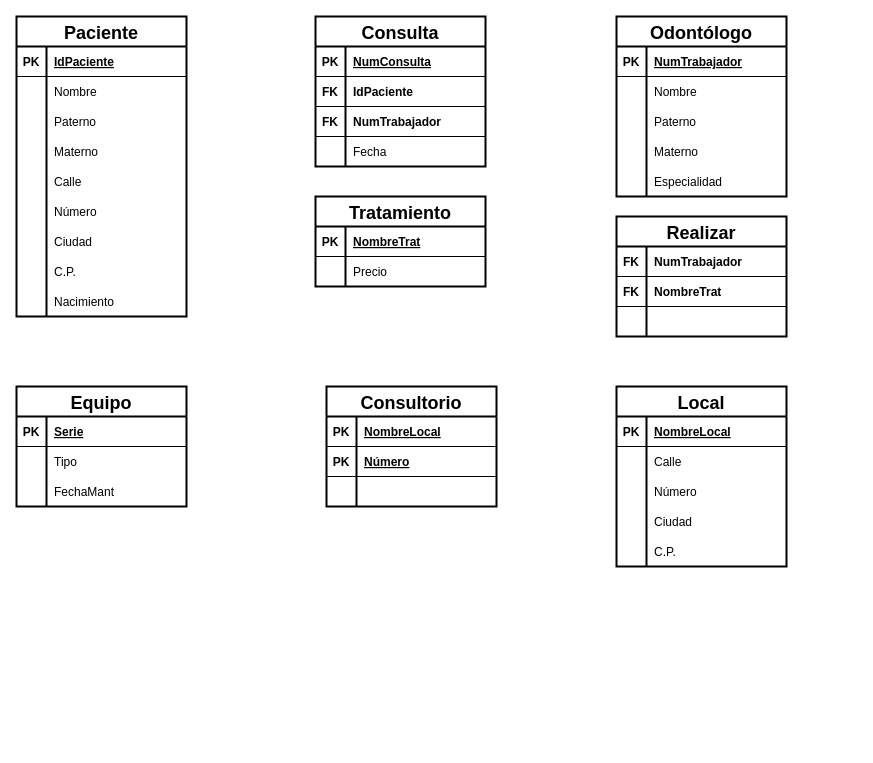
Above: Relacion-Clinica.drawio in DehyroM/EjercicioClinica (draw.io), before the change. Source tidied: cells renumbered, new cells numbered last; positions are measured from the earlier drawing's top-left corner, leaving out a move shared by most shapes. Both pictures are drawn from the tidied source at 100%, with x=0, y=0 at pixel (16, 16).
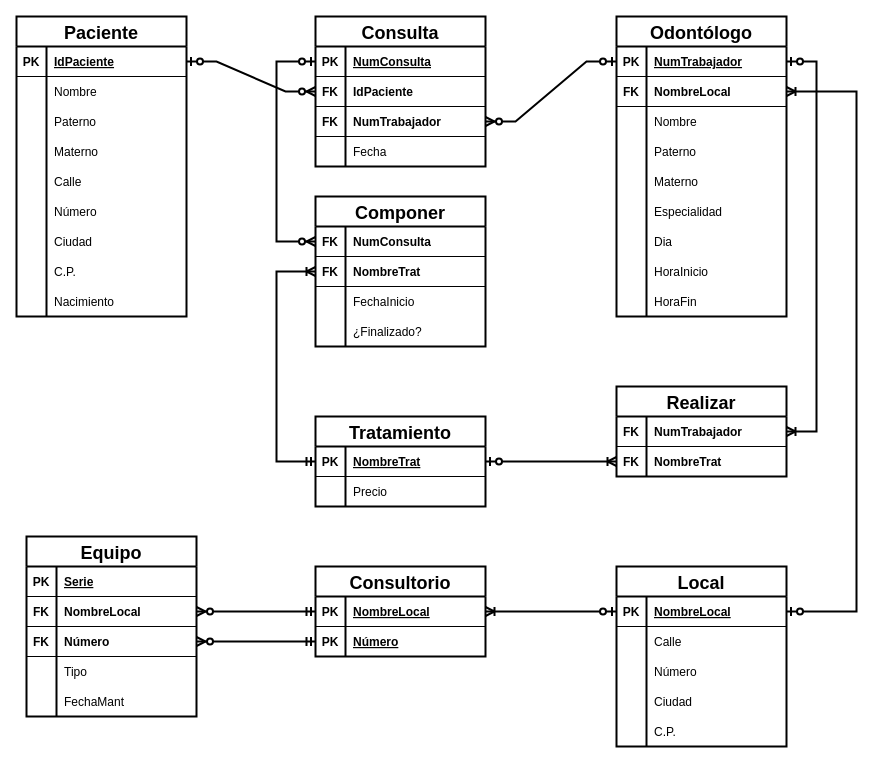
After the change.

Unchanged cells that the change refers to:
```xml
<mxCell id="3" style="shape=tableRow;horizontal=0;startSize=0;swimlaneHead=0;swimlaneBody=0;fillColor=none;points=[[0,0.5],[1,0.5]];portConstraint=eastwest;top=0;left=0;right=0;bottom=1;" parent="2" vertex="1">
  <mxGeometry y="30" width="170" height="30" as="geometry" />
</mxCell>
<mxCell id="30" value="Consulta" style="shape=table;startSize=30;childLayout=tableLayout;rowLines=0;fontStyle=1;align=center;fontSize=18;strokeWidth=2;" parent="1" vertex="1">
  <mxGeometry x="299" width="170" height="150" as="geometry" />
</mxCell>
<mxCell id="31" style="shape=tableRow;horizontal=0;startSize=0;swimlaneHead=0;swimlaneBody=0;fillColor=none;points=[[0,0.5],[1,0.5]];portConstraint=eastwest;top=0;left=0;right=0;bottom=1;" parent="30" vertex="1">
  <mxGeometry y="30" width="170" height="30" as="geometry" />
</mxCell>
<mxCell id="37" style="shape=tableRow;horizontal=0;startSize=0;swimlaneHead=0;swimlaneBody=0;fillColor=none;points=[[0,0.5],[1,0.5]];portConstraint=eastwest;top=0;left=0;right=0;bottom=1;" parent="30" vertex="1">
  <mxGeometry y="90" width="170" height="30" as="geometry" />
</mxCell>
<mxCell id="44" style="shape=tableRow;horizontal=0;startSize=0;swimlaneHead=0;swimlaneBody=0;fillColor=none;points=[[0,0.5],[1,0.5]];portConstraint=eastwest;top=0;left=0;right=0;bottom=1;" parent="43" vertex="1">
  <mxGeometry y="30" width="170" height="30" as="geometry" />
</mxCell>
<mxCell id="60" style="shape=tableRow;horizontal=0;startSize=0;swimlaneHead=0;swimlaneBody=0;fillColor=none;points=[[0,0.5],[1,0.5]];portConstraint=eastwest;top=0;left=0;right=0;bottom=1;" parent="59" vertex="1">
  <mxGeometry y="30" width="170" height="30" as="geometry" />
</mxCell>
<mxCell id="86" style="shape=tableRow;horizontal=0;startSize=0;swimlaneHead=0;swimlaneBody=0;fillColor=none;points=[[0,0.5],[1,0.5]];portConstraint=eastwest;top=0;left=0;right=0;bottom=1;" parent="85" vertex="1">
  <mxGeometry y="30" width="170" height="30" as="geometry" />
</mxCell>
<mxCell id="89" style="shape=tableRow;horizontal=0;startSize=0;swimlaneHead=0;swimlaneBody=0;fillColor=none;points=[[0,0.5],[1,0.5]];portConstraint=eastwest;top=0;left=0;right=0;bottom=1;" parent="85" vertex="1">
  <mxGeometry y="60" width="170" height="30" as="geometry" />
</mxCell>
<mxCell id="96" style="shape=tableRow;horizontal=0;startSize=0;swimlaneHead=0;swimlaneBody=0;fillColor=none;points=[[0,0.5],[1,0.5]];portConstraint=eastwest;top=0;left=0;right=0;bottom=1;" parent="95" vertex="1">
  <mxGeometry y="30" width="170" height="30" as="geometry" />
</mxCell>
<mxCell id="103" style="shape=tableRow;horizontal=0;startSize=0;swimlaneHead=0;swimlaneBody=0;fillColor=none;points=[[0,0.5],[1,0.5]];portConstraint=eastwest;top=0;left=0;right=0;bottom=1;" parent="102" vertex="1">
  <mxGeometry y="30" width="170" height="30" as="geometry" />
</mxCell>
<mxCell id="106" style="shape=tableRow;horizontal=0;startSize=0;swimlaneHead=0;swimlaneBody=0;fillColor=none;points=[[0,0.5],[1,0.5]];portConstraint=eastwest;top=0;left=0;right=0;bottom=1;" parent="102" vertex="1">
  <mxGeometry y="60" width="170" height="30" as="geometry" />
</mxCell>
```

Diff of the diagram source:
```diff
@@
     <mxCell id="43" value="Odontólogo" style="shape=table;startSize=30;childLayout=tableLayout;rowLines=0;fontStyle=1;align=center;fontSize=18;strokeWidth=2;" parent="1" vertex="1">
-      <mxGeometry x="600" width="170" height="180" as="geometry" />
+      <mxGeometry x="600" width="170" height="300" as="geometry" />
     </mxCell>
@@
+    <mxCell id="112" style="shape=tableRow;horizontal=0;startSize=0;swimlaneHead=0;swimlaneBody=0;fillColor=none;points=[[0,0.5],[1,0.5]];portConstraint=eastwest;top=0;left=0;right=0;bottom=1;" parent="43" vertex="1">
+      <mxGeometry y="60" width="170" height="30" as="geometry" />
+    </mxCell>
+    <mxCell id="113" value="FK" style="shape=partialRectangle;fillColor=none;top=0;left=0;bottom=0;right=0;fontStyle=1;overflow=hidden;" parent="112" vertex="1">
+      <mxGeometry width="30" height="30" as="geometry" />
+    </mxCell>
+    <mxCell id="114" value="NombreLocal" style="shape=partialRectangle;fillColor=none;top=0;left=0;bottom=0;right=0;align=left;spacingLeft=6;fontStyle=1;overflow=hidden;" parent="112" vertex="1">
+      <mxGeometry x="30" width="140" height="30" as="geometry" />
+    </mxCell>
     <mxCell id="47" style="shape=tableRow;horizontal=0;startSize=0;swimlaneHead=0;swimlaneBody=0;fillColor=none;top=0;left=0;right=0;bottom=0;" parent="43" vertex="1">
-      <mxGeometry y="60" width="170" height="30" as="geometry" />
+      <mxGeometry y="90" width="170" height="30" as="geometry" />
     </mxCell>
@@
     <mxCell id="50" style="shape=tableRow;horizontal=0;startSize=0;swimlaneHead=0;swimlaneBody=0;fillColor=none;top=0;left=0;right=0;bottom=0;" parent="43" vertex="1">
-      <mxGeometry y="90" width="170" height="30" as="geometry" />
+      <mxGeometry y="120" width="170" height="30" as="geometry" />
     </mxCell>
@@
     <mxCell id="53" style="shape=tableRow;horizontal=0;startSize=0;swimlaneHead=0;swimlaneBody=0;fillColor=none;top=0;left=0;right=0;bottom=0;" parent="43" vertex="1">
-      <mxGeometry y="120" width="170" height="30" as="geometry" />
+      <mxGeometry y="150" width="170" height="30" as="geometry" />
     </mxCell>
@@
     <mxCell id="56" style="shape=tableRow;horizontal=0;startSize=0;swimlaneHead=0;swimlaneBody=0;fillColor=none;top=0;left=0;right=0;bottom=0;" parent="43" vertex="1">
-      <mxGeometry y="150" width="170" height="30" as="geometry" />
+      <mxGeometry y="180" width="170" height="30" as="geometry" />
     </mxCell>
@@
+    <mxCell id="115" style="shape=tableRow;horizontal=0;startSize=0;swimlaneHead=0;swimlaneBody=0;fillColor=none;top=0;left=0;right=0;bottom=0;" parent="43" vertex="1">
+      <mxGeometry y="210" width="170" height="30" as="geometry" />
+    </mxCell>
+    <mxCell id="116" style="shape=partialRectangle;fillColor=none;top=0;left=0;bottom=0;right=0;overflow=hidden;" parent="115" vertex="1">
+      <mxGeometry width="30" height="30" as="geometry" />
+    </mxCell>
+    <mxCell id="117" value="Dia" style="shape=partialRectangle;fillColor=none;top=0;left=0;bottom=0;right=0;align=left;spacingLeft=6;overflow=hidden;" parent="115" vertex="1">
+      <mxGeometry x="30" width="140" height="30" as="geometry" />
+    </mxCell>
+    <mxCell id="118" style="shape=tableRow;horizontal=0;startSize=0;swimlaneHead=0;swimlaneBody=0;fillColor=none;top=0;left=0;right=0;bottom=0;" parent="43" vertex="1">
+      <mxGeometry y="240" width="170" height="30" as="geometry" />
+    </mxCell>
+    <mxCell id="119" style="shape=partialRectangle;fillColor=none;top=0;left=0;bottom=0;right=0;overflow=hidden;" parent="118" vertex="1">
+      <mxGeometry width="30" height="30" as="geometry" />
+    </mxCell>
+    <mxCell id="120" value="HoraInicio" style="shape=partialRectangle;fillColor=none;top=0;left=0;bottom=0;right=0;align=left;spacingLeft=6;overflow=hidden;" parent="118" vertex="1">
+      <mxGeometry x="30" width="140" height="30" as="geometry" />
+    </mxCell>
+    <mxCell id="121" style="shape=tableRow;horizontal=0;startSize=0;swimlaneHead=0;swimlaneBody=0;fillColor=none;top=0;left=0;right=0;bottom=0;" parent="43" vertex="1">
+      <mxGeometry y="270" width="170" height="30" as="geometry" />
+    </mxCell>
+    <mxCell id="122" style="shape=partialRectangle;fillColor=none;top=0;left=0;bottom=0;right=0;overflow=hidden;" parent="121" vertex="1">
+      <mxGeometry width="30" height="30" as="geometry" />
+    </mxCell>
+    <mxCell id="123" value="HoraFin" style="shape=partialRectangle;fillColor=none;top=0;left=0;bottom=0;right=0;align=left;spacingLeft=6;overflow=hidden;" parent="121" vertex="1">
+      <mxGeometry x="30" width="140" height="30" as="geometry" />
+    </mxCell>
     <mxCell id="59" value="Local" style="shape=table;startSize=30;childLayout=tableLayout;rowLines=0;fontStyle=1;align=center;fontSize=18;strokeWidth=2;" parent="1" vertex="1">
-      <mxGeometry x="600" y="370" width="170" height="180" as="geometry" />
+      <mxGeometry x="600" y="550" width="170" height="180" as="geometry" />
     </mxCell>
@@
     <mxCell id="75" value="Equipo" style="shape=table;startSize=30;childLayout=tableLayout;rowLines=0;fontStyle=1;align=center;fontSize=18;strokeWidth=2;" parent="1" vertex="1">
-      <mxGeometry y="370" width="170" height="120" as="geometry" />
+      <mxGeometry x="10" y="520" width="170" height="180" as="geometry" />
     </mxCell>
@@
+    <mxCell id="124" style="shape=tableRow;horizontal=0;startSize=0;swimlaneHead=0;swimlaneBody=0;fillColor=none;points=[[0,0.5],[1,0.5]];portConstraint=eastwest;top=0;left=0;right=0;bottom=1;" parent="75" vertex="1">
+      <mxGeometry y="60" width="170" height="30" as="geometry" />
+    </mxCell>
+    <mxCell id="125" value="FK" style="shape=partialRectangle;fillColor=none;top=0;left=0;bottom=0;right=0;fontStyle=1;overflow=hidden;" parent="124" vertex="1">
+      <mxGeometry width="30" height="30" as="geometry" />
+    </mxCell>
+    <mxCell id="126" value="NombreLocal" style="shape=partialRectangle;fillColor=none;top=0;left=0;bottom=0;right=0;align=left;spacingLeft=6;fontStyle=1;overflow=hidden;" parent="124" vertex="1">
+      <mxGeometry x="30" width="140" height="30" as="geometry" />
+    </mxCell>
+    <mxCell id="109" style="shape=tableRow;horizontal=0;startSize=0;swimlaneHead=0;swimlaneBody=0;fillColor=none;points=[[0,0.5],[1,0.5]];portConstraint=eastwest;top=0;left=0;right=0;bottom=1;" parent="75" vertex="1">
+      <mxGeometry y="90" width="170" height="30" as="geometry" />
+    </mxCell>
+    <mxCell id="127" value="FK" style="shape=partialRectangle;fillColor=none;top=0;left=0;bottom=0;right=0;fontStyle=1;overflow=hidden;" parent="109" vertex="1">
+      <mxGeometry width="30" height="30" as="geometry" />
+    </mxCell>
+    <mxCell id="128" value="Número" style="shape=partialRectangle;fillColor=none;top=0;left=0;bottom=0;right=0;align=left;spacingLeft=6;fontStyle=1;overflow=hidden;" parent="109" vertex="1">
+      <mxGeometry x="30" width="140" height="30" as="geometry" />
+    </mxCell>
     <mxCell id="79" style="shape=tableRow;horizontal=0;startSize=0;swimlaneHead=0;swimlaneBody=0;fillColor=none;top=0;left=0;right=0;bottom=0;" parent="75" vertex="1">
-      <mxGeometry y="60" width="170" height="30" as="geometry" />
+      <mxGeometry y="120" width="170" height="30" as="geometry" />
     </mxCell>
@@
     <mxCell id="82" style="shape=tableRow;horizontal=0;startSize=0;swimlaneHead=0;swimlaneBody=0;fillColor=none;top=0;left=0;right=0;bottom=0;" parent="75" vertex="1">
-      <mxGeometry y="90" width="170" height="30" as="geometry" />
+      <mxGeometry y="150" width="170" height="30" as="geometry" />
     </mxCell>
@@
     <mxCell id="85" value="Consultorio" style="shape=table;startSize=30;childLayout=tableLayout;rowLines=0;fontStyle=1;align=center;fontSize=18;strokeWidth=2;" parent="1" vertex="1">
-      <mxGeometry x="310" y="370" width="170" height="120" as="geometry" />
+      <mxGeometry x="299" y="550" width="170" height="90" as="geometry" />
     </mxCell>
@@
-    <mxCell id="92" style="shape=tableRow;horizontal=0;startSize=0;swimlaneHead=0;swimlaneBody=0;fillColor=none;top=0;left=0;right=0;bottom=0;" parent="85" vertex="1">
-      <mxGeometry y="90" width="170" height="30" as="geometry" />
-    </mxCell>
-    <mxCell id="93" style="shape=partialRectangle;fillColor=none;top=0;left=0;bottom=0;right=0;overflow=hidden;" parent="92" vertex="1">
-      <mxGeometry width="30" height="30" as="geometry" />
-    </mxCell>
-    <mxCell id="94" style="shape=partialRectangle;fillColor=none;top=0;left=0;bottom=0;right=0;align=left;spacingLeft=6;overflow=hidden;" parent="92" vertex="1">
-      <mxGeometry x="30" width="140" height="30" as="geometry" />
-    </mxCell>
     <mxCell id="95" value="Tratamiento" style="shape=table;startSize=30;childLayout=tableLayout;rowLines=0;fontStyle=1;align=center;fontSize=18;strokeWidth=2;" parent="1" vertex="1">
-      <mxGeometry x="299" y="180" width="170" height="90" as="geometry" />
+      <mxGeometry x="299" y="400" width="170" height="90" as="geometry" />
     </mxCell>
@@
     <mxCell id="102" value="Realizar" style="shape=table;startSize=30;childLayout=tableLayout;rowLines=0;fontStyle=1;align=center;fontSize=18;strokeWidth=2;" parent="1" vertex="1">
-      <mxGeometry x="600" y="200" width="170" height="120" as="geometry" />
+      <mxGeometry x="600" y="370" width="170" height="90" as="geometry" />
     </mxCell>
@@
-    <mxCell id="109" style="shape=tableRow;horizontal=0;startSize=0;swimlaneHead=0;swimlaneBody=0;fillColor=none;points=[[0,0.5],[1,0.5]];portConstraint=eastwest;top=0;left=0;right=0;bottom=1;" parent="102" vertex="1">
-      <mxGeometry y="90" width="170" height="30" as="geometry" />
-    </mxCell>
-    <mxCell id="110" style="shape=partialRectangle;fillColor=none;top=0;left=0;bottom=0;right=0;fontStyle=1;overflow=hidden;" parent="109" vertex="1">
-      <mxGeometry width="30" height="30" as="geometry" />
-    </mxCell>
-    <mxCell id="111" style="shape=partialRectangle;fillColor=none;top=0;left=0;bottom=0;right=0;align=left;spacingLeft=6;fontStyle=1;overflow=hidden;" parent="109" vertex="1">
-      <mxGeometry x="30" width="140" height="30" as="geometry" />
-    </mxCell>
+    <mxCell id="129" value="Componer" style="shape=table;startSize=30;childLayout=tableLayout;rowLines=0;fontStyle=1;align=center;fontSize=18;strokeWidth=2;" parent="1" vertex="1">
+      <mxGeometry x="299" y="180" width="170" height="150" as="geometry" />
+    </mxCell>
+    <mxCell id="130" style="shape=tableRow;horizontal=0;startSize=0;swimlaneHead=0;swimlaneBody=0;fillColor=none;points=[[0,0.5],[1,0.5]];portConstraint=eastwest;top=0;left=0;right=0;bottom=1;" parent="129" vertex="1">
+      <mxGeometry y="30" width="170" height="30" as="geometry" />
+    </mxCell>
+    <mxCell id="131" value="FK" style="shape=partialRectangle;fillColor=none;top=0;left=0;bottom=0;right=0;fontStyle=1;overflow=hidden;" parent="130" vertex="1">
+      <mxGeometry width="30" height="30" as="geometry" />
+    </mxCell>
+    <mxCell id="132" value="NumConsulta" style="shape=partialRectangle;fillColor=none;top=0;left=0;bottom=0;right=0;align=left;spacingLeft=6;fontStyle=1;overflow=hidden;" parent="130" vertex="1">
+      <mxGeometry x="30" width="140" height="30" as="geometry" />
+    </mxCell>
+    <mxCell id="133" style="shape=tableRow;horizontal=0;startSize=0;swimlaneHead=0;swimlaneBody=0;fillColor=none;points=[[0,0.5],[1,0.5]];portConstraint=eastwest;top=0;left=0;right=0;bottom=1;" parent="129" vertex="1">
+      <mxGeometry y="60" width="170" height="30" as="geometry" />
+    </mxCell>
+    <mxCell id="134" value="FK" style="shape=partialRectangle;fillColor=none;top=0;left=0;bottom=0;right=0;fontStyle=1;overflow=hidden;" parent="133" vertex="1">
+      <mxGeometry width="30" height="30" as="geometry" />
+    </mxCell>
+    <mxCell id="135" value="NombreTrat" style="shape=partialRectangle;fillColor=none;top=0;left=0;bottom=0;right=0;align=left;spacingLeft=6;fontStyle=1;overflow=hidden;" parent="133" vertex="1">
+      <mxGeometry x="30" width="140" height="30" as="geometry" />
+    </mxCell>
+    <mxCell id="92" style="shape=tableRow;horizontal=0;startSize=0;swimlaneHead=0;swimlaneBody=0;fillColor=none;top=0;left=0;right=0;bottom=0;" parent="129" vertex="1">
+      <mxGeometry y="90" width="170" height="30" as="geometry" />
+    </mxCell>
+    <mxCell id="136" style="shape=partialRectangle;fillColor=none;top=0;left=0;bottom=0;right=0;overflow=hidden;" parent="92" vertex="1">
+      <mxGeometry width="30" height="30" as="geometry" />
+    </mxCell>
+    <mxCell id="137" value="FechaInicio" style="shape=partialRectangle;fillColor=none;top=0;left=0;bottom=0;right=0;align=left;spacingLeft=6;overflow=hidden;" parent="92" vertex="1">
+      <mxGeometry x="30" width="140" height="30" as="geometry" />
+    </mxCell>
+    <mxCell id="138" style="shape=tableRow;horizontal=0;startSize=0;swimlaneHead=0;swimlaneBody=0;fillColor=none;top=0;left=0;right=0;bottom=0;" parent="129" vertex="1">
+      <mxGeometry y="120" width="170" height="30" as="geometry" />
+    </mxCell>
+    <mxCell id="139" style="shape=partialRectangle;fillColor=none;top=0;left=0;bottom=0;right=0;overflow=hidden;" parent="138" vertex="1">
+      <mxGeometry width="30" height="30" as="geometry" />
+    </mxCell>
+    <mxCell id="140" value="¿Finalizado?" style="shape=partialRectangle;fillColor=none;top=0;left=0;bottom=0;right=0;align=left;spacingLeft=6;overflow=hidden;" parent="138" vertex="1">
+      <mxGeometry x="30" width="140" height="30" as="geometry" />
+    </mxCell>
+    <mxCell id="141" style="edgeStyle=entityRelationEdgeStyle;fontSize=12;html=1;endArrow=ERzeroToMany;startArrow=ERzeroToOne;rounded=0;strokeWidth=2;exitX=1;exitY=0.5;exitDx=0;exitDy=0;entryX=0;entryY=0.5;entryDx=0;entryDy=0;" parent="1" edge="1" source="3" target="30">
+      <mxGeometry relative="1" as="geometry" />
+    </mxCell>
+    <mxCell id="142" style="edgeStyle=entityRelationEdgeStyle;fontSize=12;html=1;endArrow=ERzeroToMany;startArrow=ERzeroToOne;rounded=0;strokeWidth=2;entryX=1;entryY=0.5;entryDx=0;entryDy=0;exitX=0;exitY=0.5;exitDx=0;exitDy=0;" parent="1" edge="1" source="44" target="37">
+      <mxGeometry relative="1" as="geometry" />
+    </mxCell>
+    <mxCell id="143" style="fontSize=12;html=1;endArrow=ERzeroToMany;startArrow=ERzeroToOne;rounded=0;strokeWidth=2;exitX=0;exitY=0.5;exitDx=0;exitDy=0;entryX=0;entryY=0.5;entryDx=0;entryDy=0;edgeStyle=orthogonalEdgeStyle;" parent="1" edge="1" source="31" target="130">
+      <mxGeometry relative="1" as="geometry">
+        <Array as="points">
+          <mxPoint x="260" y="45" />
+          <mxPoint x="260" y="225" />
+        </Array>
+      </mxGeometry>
+    </mxCell>
+    <mxCell id="144" style="edgeStyle=elbowEdgeStyle;fontSize=12;html=1;endArrow=ERoneToMany;startArrow=ERmandOne;rounded=0;strokeWidth=2;exitX=0;exitY=0.5;exitDx=0;exitDy=0;entryX=0;entryY=0.5;entryDx=0;entryDy=0;" parent="1" edge="1" source="96" target="133">
+      <mxGeometry relative="1" as="geometry">
+        <Array as="points">
+          <mxPoint x="260" y="330" />
+        </Array>
+      </mxGeometry>
+    </mxCell>
+    <mxCell id="145" style="edgeStyle=entityRelationEdgeStyle;fontSize=12;html=1;endArrow=ERoneToMany;startArrow=ERzeroToOne;rounded=0;strokeWidth=2;exitX=1;exitY=0.5;exitDx=0;exitDy=0;entryX=1;entryY=0.5;entryDx=0;entryDy=0;" parent="1" edge="1" source="44" target="103">
+      <mxGeometry relative="1" as="geometry" />
+    </mxCell>
+    <mxCell id="146" style="edgeStyle=entityRelationEdgeStyle;fontSize=12;html=1;endArrow=ERoneToMany;startArrow=ERzeroToOne;rounded=0;strokeWidth=2;exitX=1;exitY=0.5;exitDx=0;exitDy=0;entryX=0;entryY=0.5;entryDx=0;entryDy=0;" parent="1" edge="1" source="96" target="106">
+      <mxGeometry relative="1" as="geometry" />
+    </mxCell>
+    <mxCell id="147" style="edgeStyle=elbowEdgeStyle;fontSize=12;html=1;endArrow=ERoneToMany;startArrow=ERzeroToOne;rounded=0;strokeWidth=2;exitX=1;exitY=0.5;exitDx=0;exitDy=0;entryX=1;entryY=0.5;entryDx=0;entryDy=0;" parent="1" edge="1" source="60" target="112">
+      <mxGeometry relative="1" as="geometry">
+        <Array as="points">
+          <mxPoint x="840" y="335" />
+        </Array>
+      </mxGeometry>
+    </mxCell>
+    <mxCell id="148" style="edgeStyle=entityRelationEdgeStyle;fontSize=12;html=1;endArrow=ERoneToMany;startArrow=ERzeroToOne;rounded=0;strokeWidth=2;exitX=0;exitY=0.25;exitDx=0;exitDy=0;entryX=1;entryY=0.5;entryDx=0;entryDy=0;" parent="1" edge="1" source="59" target="86">
+      <mxGeometry relative="1" as="geometry" />
+    </mxCell>
+    <mxCell id="149" style="edgeStyle=entityRelationEdgeStyle;fontSize=12;html=1;endArrow=ERzeroToMany;startArrow=ERmandOne;rounded=0;strokeWidth=2;exitX=0;exitY=0.5;exitDx=0;exitDy=0;entryX=1;entryY=0.5;entryDx=0;entryDy=0;" parent="1" edge="1" source="86" target="124">
+      <mxGeometry relative="1" as="geometry" />
+    </mxCell>
+    <mxCell id="150" style="edgeStyle=entityRelationEdgeStyle;fontSize=12;html=1;endArrow=ERzeroToMany;startArrow=ERmandOne;rounded=0;strokeWidth=2;exitX=0;exitY=0.5;exitDx=0;exitDy=0;entryX=1;entryY=0.5;entryDx=0;entryDy=0;" parent="1" edge="1" source="89" target="109">
+      <mxGeometry relative="1" as="geometry" />
+    </mxCell>
```
